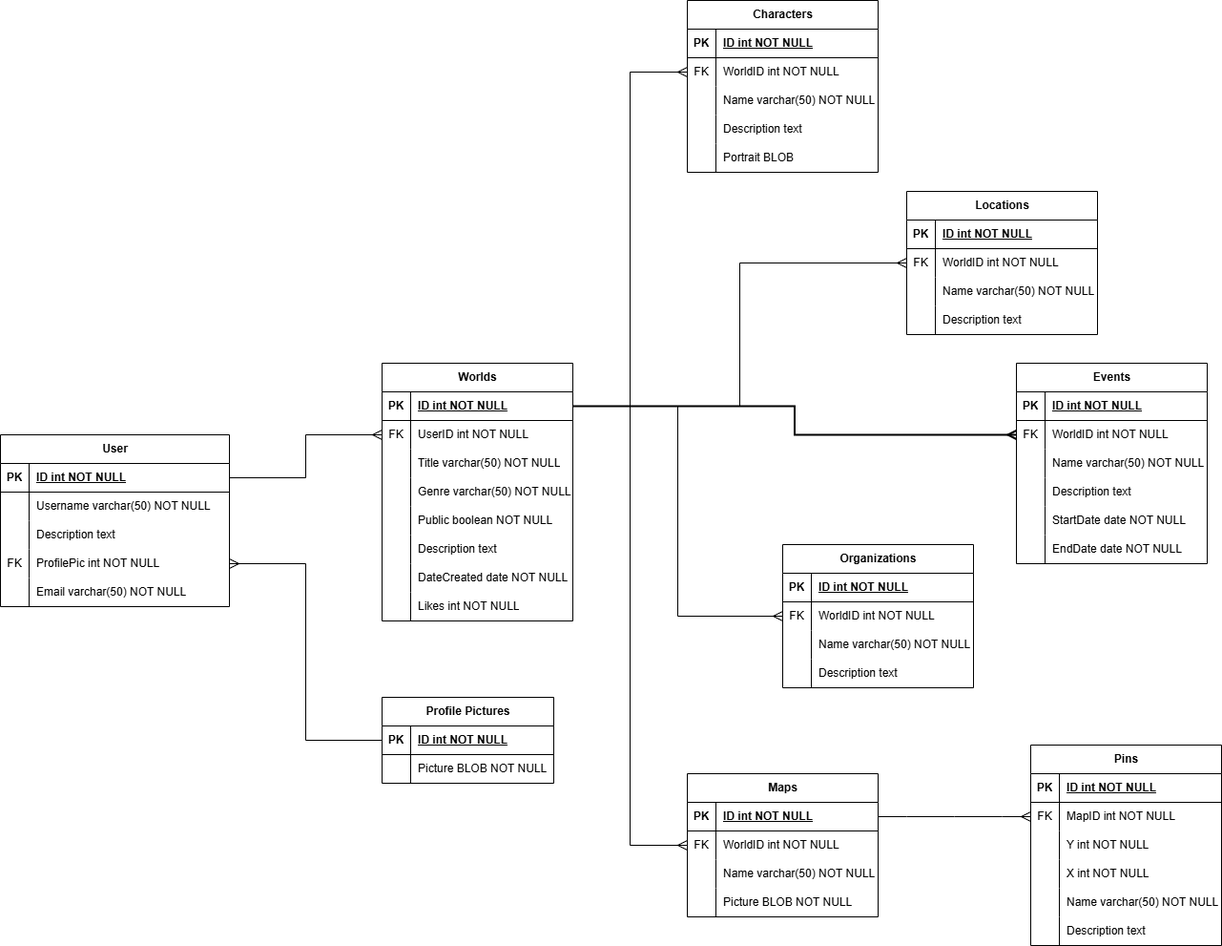
Earlier version of the draw.io export Documents/ERD.png (eprim7/tavern_keeper). Source tidied: cells renumbered, new cells last; positions are measured from the earlier drawing's top-left corner, leaving out a move shared by most shapes.
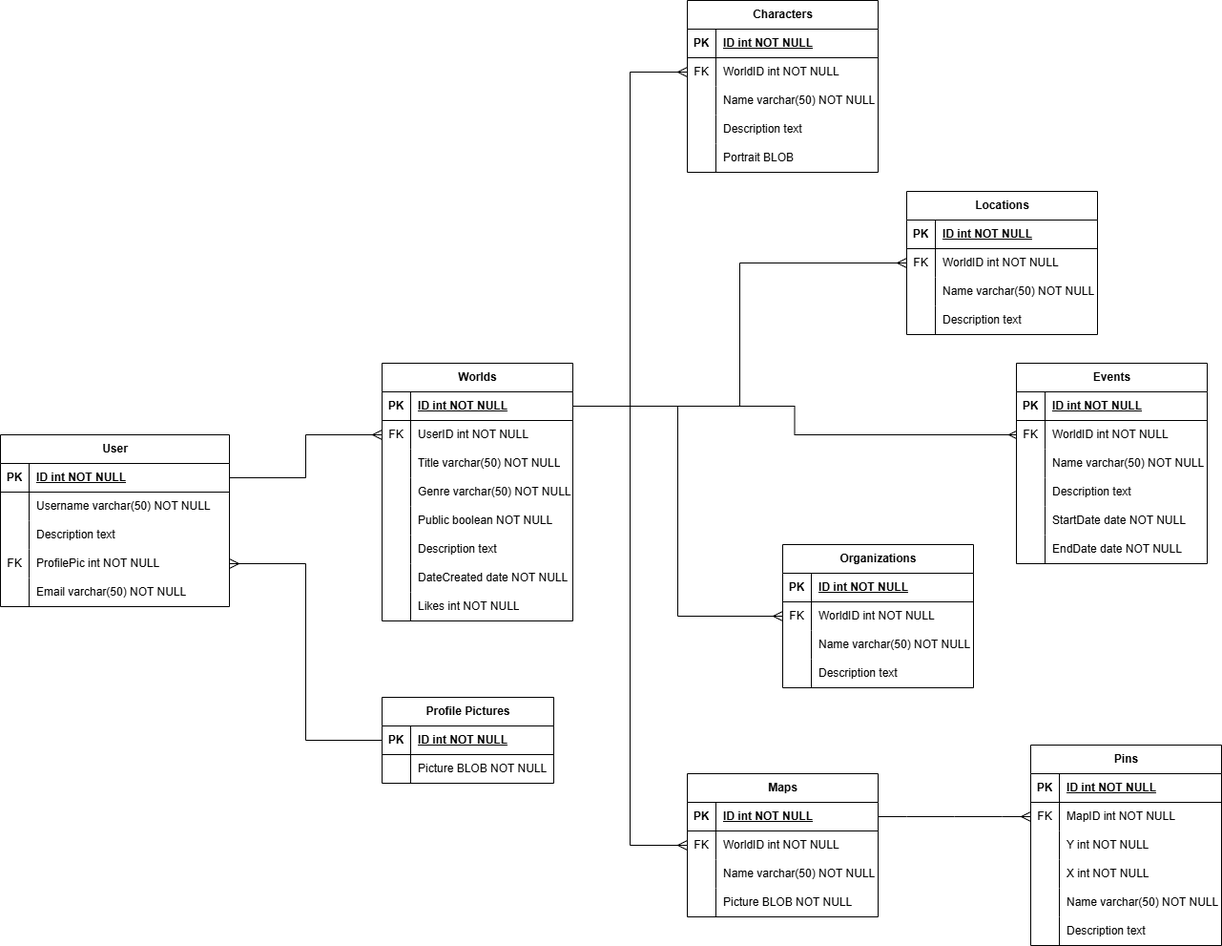
Above is the later version.

Change to the diagram source:
```diff
@@ -440,7 +440,7 @@
     <mxCell id="147" style="edgeStyle=orthogonalEdgeStyle;fontSize=12;html=1;endArrow=ERmany;rounded=0;startSize=8;endSize=8;exitX=1;exitY=0.5;exitDx=0;exitDy=0;endFill=0;" parent="1" edge="1" source="19" target="63">
       <mxGeometry relative="1" as="geometry" />
     </mxCell>
-    <mxCell id="148" style="edgeStyle=orthogonalEdgeStyle;fontSize=12;html=1;endArrow=ERmany;rounded=0;exitX=1;exitY=0.5;exitDx=0;exitDy=0;endFill=0;strokeWidth=2;" parent="1" edge="1" source="19" target="121">
+    <mxCell id="148" style="edgeStyle=orthogonalEdgeStyle;fontSize=12;html=1;endArrow=ERmany;rounded=0;exitX=1;exitY=0.5;exitDx=0;exitDy=0;endFill=0;strokeWidth=1;" parent="1" edge="1" source="19" target="121">
       <mxGeometry relative="1" as="geometry" />
     </mxCell>
     <mxCell id="149" style="edgeStyle=orthogonalEdgeStyle;fontSize=12;html=1;endArrow=ERmany;rounded=0;startSize=8;endSize=8;exitX=1;exitY=0.5;exitDx=0;exitDy=0;endFill=0;" parent="1" edge="1" source="19" target="95">
```
